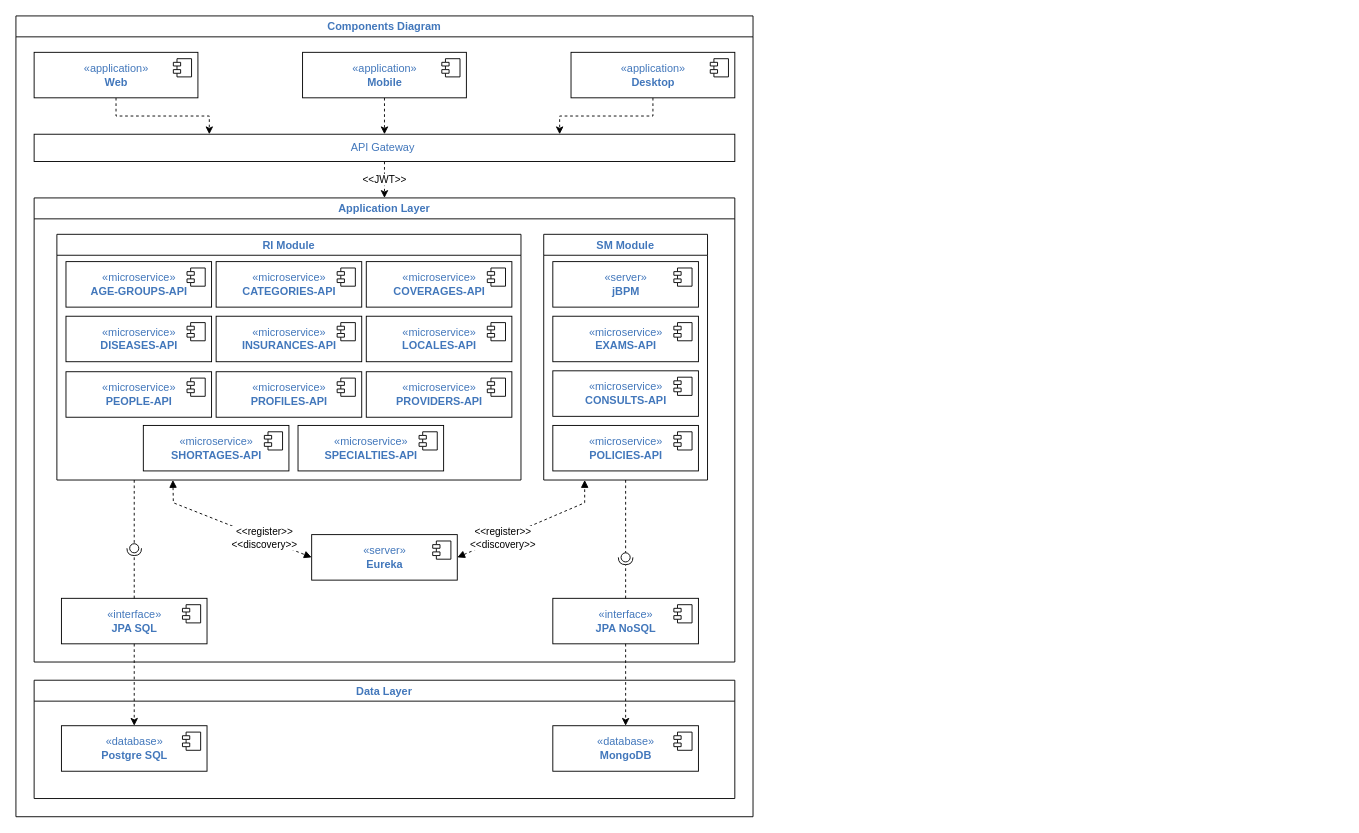
kikoluiss/tcc-puc keeps this draw.io diagram as page "Components" (3 of 3) of Macroarquitetura.drawio. Above is the earlier version. Source tidied: cells renumbered, new cells numbered last; positions are measured from the earlier drawing's top-left corner, leaving out a move shared by most shapes. Both pictures are drawn from the tidied source at 91%, with x=0, y=0 at pixel (15, 15).
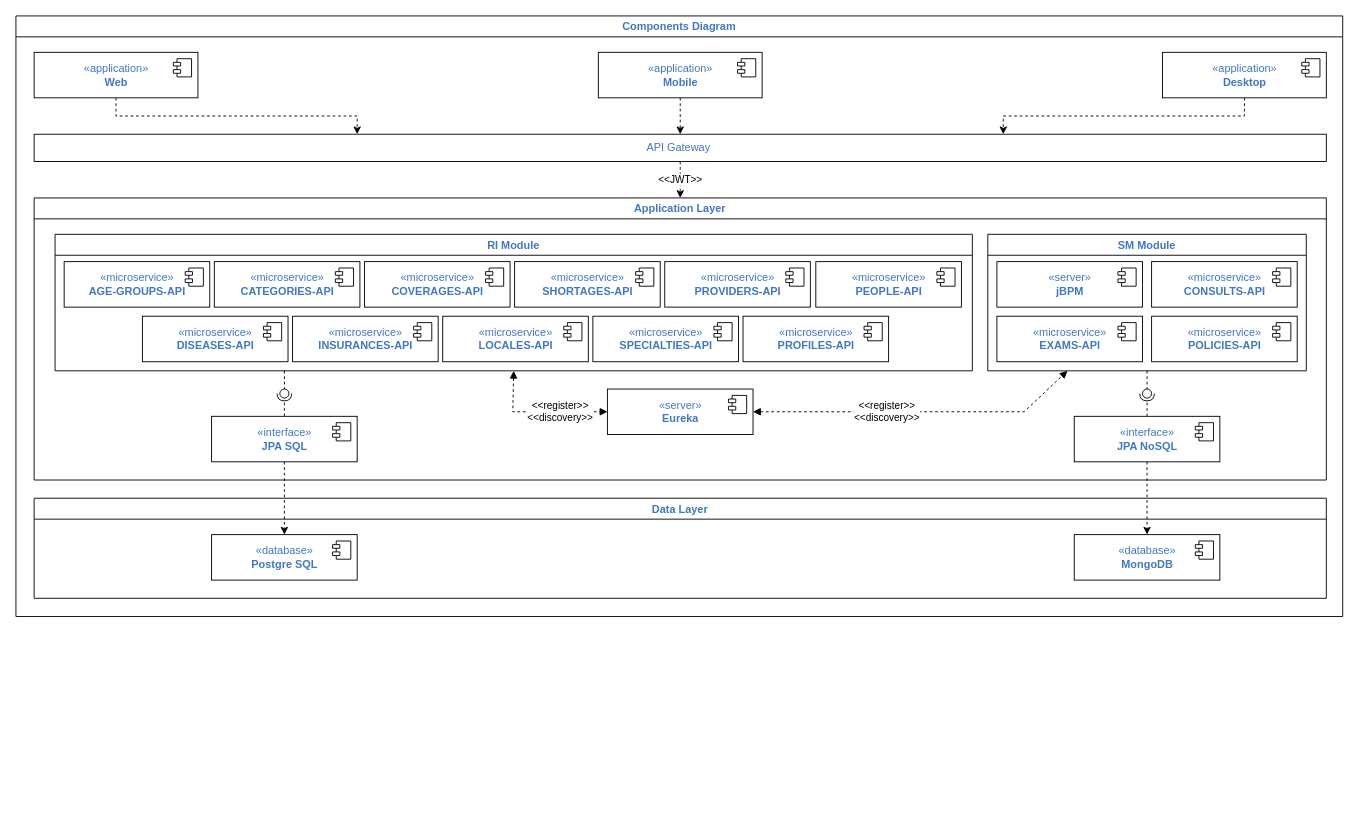
The same diagram, later.

The edit, as a diff of the source:
```diff
@@
     <mxCell id="2" value="Components Diagram" style="swimlane;fontColor=#4277BB;strokeWidth=1;gradientColor=none;" parent="1" vertex="1">
-      <mxGeometry width="810" height="880" as="geometry" />
+      <mxGeometry width="1458" height="660" as="geometry" />
     </mxCell>
@@
     <mxCell id="7" value="«application»&lt;br&gt;&lt;b&gt;Mobile&lt;/b&gt;" style="html=1;fontColor=#4277BB;strokeWidth=1;gradientColor=none;" parent="2" vertex="1">
-      <mxGeometry x="315" y="40" width="180" height="50" as="geometry" />
+      <mxGeometry x="640" y="40" width="180" height="50" as="geometry" />
     </mxCell>
@@
     <mxCell id="10" value="«application»&lt;br&gt;&lt;b&gt;Desktop&lt;/b&gt;" style="html=1;fontColor=#4277BB;strokeWidth=1;gradientColor=none;" parent="2" vertex="1">
-      <mxGeometry x="610" y="40" width="180" height="50" as="geometry" />
+      <mxGeometry x="1260" y="40" width="180" height="50" as="geometry" />
     </mxCell>
@@
     <mxCell id="13" value="API Gateway&amp;nbsp;" style="rounded=0;whiteSpace=wrap;html=1;fontColor=#4277BB;strokeWidth=1;gradientColor=none;" parent="2" vertex="1">
-      <mxGeometry x="20" y="130" width="770" height="30" as="geometry" />
+      <mxGeometry x="20" y="130" width="1420" height="30" as="geometry" />
     </mxCell>
     <mxCell id="14" value="Application Layer" style="swimlane;fontColor=#4277BB;strokeWidth=1;gradientColor=none;" parent="2" vertex="1">
-      <mxGeometry x="20" y="200" width="770" height="510" as="geometry" />
+      <mxGeometry x="20" y="200" width="1420" height="310" as="geometry" />
     </mxCell>
     <mxCell id="15" value="«server»&lt;br&gt;&lt;span style=&quot;font-weight: bold&quot;&gt;Eureka&lt;/span&gt;" style="html=1;fontColor=#4277BB;strokeWidth=1;gradientColor=none;" parent="14" vertex="1">
-      <mxGeometry x="305" y="370" width="160" height="50" as="geometry" />
+      <mxGeometry x="630" y="210" width="160" height="50" as="geometry" />
     </mxCell>
@@
     <mxCell id="17" value="«interface»&lt;br&gt;&lt;span style=&quot;font-weight: bold&quot;&gt;JPA SQL&lt;/span&gt;" style="html=1;fontColor=#4277BB;strokeWidth=1;gradientColor=none;" parent="14" vertex="1">
-      <mxGeometry x="30" y="440" width="160" height="50" as="geometry" />
+      <mxGeometry x="195" y="240" width="160" height="50" as="geometry" />
     </mxCell>
@@
     <mxCell id="19" value="«interface»&lt;br&gt;&lt;span style=&quot;font-weight: bold&quot;&gt;JPA NoSQL&lt;/span&gt;" style="html=1;fontColor=#4277BB;strokeWidth=1;gradientColor=none;" parent="14" vertex="1">
-      <mxGeometry x="570" y="440" width="160" height="50" as="geometry" />
+      <mxGeometry x="1143" y="240" width="160" height="50" as="geometry" />
     </mxCell>
@@
     <mxCell id="21" value="RI Module" style="swimlane;fontColor=#4277BB;strokeWidth=1;gradientColor=none;" parent="14" vertex="1">
-      <mxGeometry x="25" y="40" width="510" height="270" as="geometry" />
+      <mxGeometry x="23" y="40" width="1008" height="150" as="geometry" />
     </mxCell>
@@
     <mxCell id="26" value="«microservice»&lt;br&gt;&lt;b&gt;LOCALES-API&lt;/b&gt;" style="html=1;fontColor=#4277BB;strokeWidth=1;gradientColor=none;" parent="21" vertex="1">
-      <mxGeometry x="340" y="90" width="160" height="50" as="geometry" />
+      <mxGeometry x="426" y="90" width="160" height="50" as="geometry" />
     </mxCell>
@@
     <mxCell id="28" value="«microservice»&lt;br&gt;&lt;b&gt;DISEASES-API&lt;/b&gt;" style="html=1;fontColor=#4277BB;strokeWidth=1;gradientColor=none;" parent="21" vertex="1">
-      <mxGeometry x="10" y="90" width="160" height="50" as="geometry" />
+      <mxGeometry x="96" y="90" width="160" height="50" as="geometry" />
     </mxCell>
@@
     <mxCell id="30" value="«microservice»&lt;br&gt;&lt;b&gt;PROFILES-API&lt;/b&gt;" style="html=1;fontColor=#4277BB;strokeWidth=1;gradientColor=none;" parent="21" vertex="1">
-      <mxGeometry x="175" y="151" width="160" height="50" as="geometry" />
+      <mxGeometry x="756" y="90" width="160" height="50" as="geometry" />
     </mxCell>
@@
     <mxCell id="32" value="«microservice»&lt;br&gt;&lt;b&gt;PEOPLE-API&lt;/b&gt;" style="html=1;fontColor=#4277BB;strokeWidth=1;gradientColor=none;" parent="21" vertex="1">
-      <mxGeometry x="10" y="151" width="160" height="50" as="geometry" />
+      <mxGeometry x="836" y="30" width="160" height="50" as="geometry" />
     </mxCell>
@@
     <mxCell id="34" value="«microservice»&lt;br&gt;&lt;b&gt;INSURANCES-API&lt;/b&gt;" style="html=1;fontColor=#4277BB;strokeWidth=1;gradientColor=none;" parent="21" vertex="1">
-      <mxGeometry x="175" y="90" width="160" height="50" as="geometry" />
+      <mxGeometry x="261" y="90" width="160" height="50" as="geometry" />
     </mxCell>
@@
     <mxCell id="38" value="«microservice»&lt;br&gt;&lt;b&gt;PROVIDERS-API&lt;/b&gt;" style="html=1;fontColor=#4277BB;strokeWidth=1;gradientColor=none;" parent="21" vertex="1">
-      <mxGeometry x="340" y="151" width="160" height="50" as="geometry" />
+      <mxGeometry x="670" y="30" width="160" height="50" as="geometry" />
     </mxCell>
@@
     <mxCell id="40" value="«microservice»&lt;br&gt;&lt;b&gt;SHORTAGES-API&lt;/b&gt;" style="html=1;fontColor=#4277BB;strokeWidth=1;gradientColor=none;" parent="21" vertex="1">
-      <mxGeometry x="95" y="210" width="160" height="50" as="geometry" />
+      <mxGeometry x="505" y="30" width="160" height="50" as="geometry" />
     </mxCell>
@@
     <mxCell id="42" value="«microservice»&lt;br&gt;&lt;b&gt;SPECIALTIES-API&lt;/b&gt;" style="html=1;fontColor=#4277BB;strokeWidth=1;gradientColor=none;" parent="21" vertex="1">
-      <mxGeometry x="265" y="210" width="160" height="50" as="geometry" />
+      <mxGeometry x="591" y="90" width="160" height="50" as="geometry" />
     </mxCell>
@@
     <mxCell id="44" value="SM Module" style="swimlane;fontColor=#4277BB;strokeWidth=1;gradientColor=none;" parent="14" vertex="1">
-      <mxGeometry x="560" y="40" width="180" height="270" as="geometry" />
+      <mxGeometry x="1048" y="40" width="350" height="150" as="geometry" />
     </mxCell>
@@
     <mxCell id="47" value="«microservice»&lt;br&gt;&lt;b&gt;CONSULTS-API&lt;/b&gt;" style="html=1;fontColor=#4277BB;strokeWidth=1;gradientColor=none;" parent="44" vertex="1">
-      <mxGeometry x="10" y="150" width="160" height="50" as="geometry" />
+      <mxGeometry x="180" y="30" width="160" height="50" as="geometry" />
     </mxCell>
@@
     <mxCell id="51" value="«microservice»&lt;br&gt;&lt;b&gt;POLICIES-API&lt;/b&gt;" style="html=1;fontColor=#4277BB;strokeWidth=1;gradientColor=none;" parent="44" vertex="1">
-      <mxGeometry x="10" y="210" width="160" height="50" as="geometry" />
+      <mxGeometry x="180" y="90" width="160" height="50" as="geometry" />
     </mxCell>
@@
-    <mxCell id="53" style="rounded=0;jettySize=auto;html=1;endArrow=none;endFill=0;sketch=0;sourcePerimeterSpacing=0;targetPerimeterSpacing=0;dashed=1;" parent="14" edge="1" target="55">
-      <mxGeometry relative="1" as="geometry">
-        <mxPoint x="110" y="310" as="sourcePoint" />
-      </mxGeometry>
+    <mxCell id="53" style="rounded=0;jettySize=auto;html=1;endArrow=none;endFill=0;sketch=0;sourcePerimeterSpacing=0;targetPerimeterSpacing=0;dashed=1;exitX=0.25;exitY=1;exitDx=0;exitDy=0;" parent="14" edge="1" source="21" target="55">
+      <mxGeometry relative="1" as="geometry" />
     </mxCell>
@@
     <mxCell id="55" style="ellipse;whiteSpace=wrap;html=1;align=center;points=[];outlineConnect=0;sketch=0;" parent="14" vertex="1">
-      <mxGeometry x="105" y="380" width="10" height="10" as="geometry" />
+      <mxGeometry x="270" y="210" width="10" height="10" as="geometry" />
     </mxCell>
@@
     <mxCell id="58" style="ellipse;whiteSpace=wrap;html=1;align=center;points=[];outlineConnect=0;sketch=0;" parent="14" vertex="1">
-      <mxGeometry x="645" y="390" width="10" height="10" as="geometry" />
+      <mxGeometry x="1218" y="210" width="10" height="10" as="geometry" />
     </mxCell>
-    <mxCell id="59" value="&amp;lt;&amp;lt;register&amp;gt;&amp;gt;&lt;br&gt;&amp;lt;&amp;lt;discovery&amp;gt;&amp;gt;" style="endArrow=block;startArrow=block;endFill=1;startFill=1;html=1;rounded=0;dashed=1;entryX=0;entryY=0.5;entryDx=0;entryDy=0;exitX=0.25;exitY=1;exitDx=0;exitDy=0;" parent="14" edge="1" source="21" target="15">
-      <mxGeometry x="0.4" relative="1" as="geometry">
+    <mxCell id="59" value="&amp;lt;&amp;lt;register&amp;gt;&amp;gt;&lt;br&gt;&amp;lt;&amp;lt;discovery&amp;gt;&amp;gt;" style="endArrow=block;startArrow=block;endFill=1;startFill=1;html=1;rounded=0;dashed=1;entryX=0;entryY=0.5;entryDx=0;entryDy=0;exitX=0.5;exitY=1;exitDx=0;exitDy=0;" parent="14" edge="1" source="21" target="15">
+      <mxGeometry x="0.3" relative="1" as="geometry">
         <Array as="points">
-          <mxPoint x="153" y="335" />
+          <mxPoint x="526" y="235" />
         </Array>
       </mxGeometry>
     </mxCell>
     <mxCell id="60" value="&amp;lt;&amp;lt;register&amp;gt;&amp;gt;&lt;br&gt;&amp;lt;&amp;lt;discovery&amp;gt;&amp;gt;" style="endArrow=block;startArrow=block;endFill=1;startFill=1;html=1;rounded=0;dashed=1;entryX=0.25;entryY=1;entryDx=0;entryDy=0;exitX=1;exitY=0.5;exitDx=0;exitDy=0;" parent="14" edge="1" source="15" target="44">
-      <mxGeometry x="-0.39" relative="1" as="geometry">
+      <mxGeometry x="-0.19" relative="1" as="geometry">
         <Array as="points">
-          <mxPoint x="605" y="335" />
+          <mxPoint x="1088" y="235" />
         </Array>
       </mxGeometry>
     </mxCell>
     <mxCell id="61" value="Data Layer" style="swimlane;fontColor=#4277BB;strokeWidth=1;gradientColor=none;" parent="2" vertex="1">
-      <mxGeometry x="20" y="730" width="770" height="130" as="geometry" />
+      <mxGeometry x="20" y="530" width="1420" height="110" as="geometry" />
     </mxCell>
     <mxCell id="62" value="«database»&lt;br&gt;&lt;b&gt;Postgre SQL&lt;/b&gt;" style="html=1;fontColor=#4277BB;strokeWidth=1;gradientColor=none;" parent="61" vertex="1">
-      <mxGeometry x="30" y="50" width="160" height="50" as="geometry" />
+      <mxGeometry x="195" y="40" width="160" height="50" as="geometry" />
     </mxCell>
@@
     <mxCell id="64" value="«database»&lt;br&gt;&lt;b&gt;MongoDB&lt;/b&gt;" style="html=1;fontColor=#4277BB;strokeWidth=1;gradientColor=none;" parent="61" vertex="1">
-      <mxGeometry x="570" y="50" width="160" height="50" as="geometry" />
+      <mxGeometry x="1143" y="40" width="160" height="50" as="geometry" />
     </mxCell>
```
